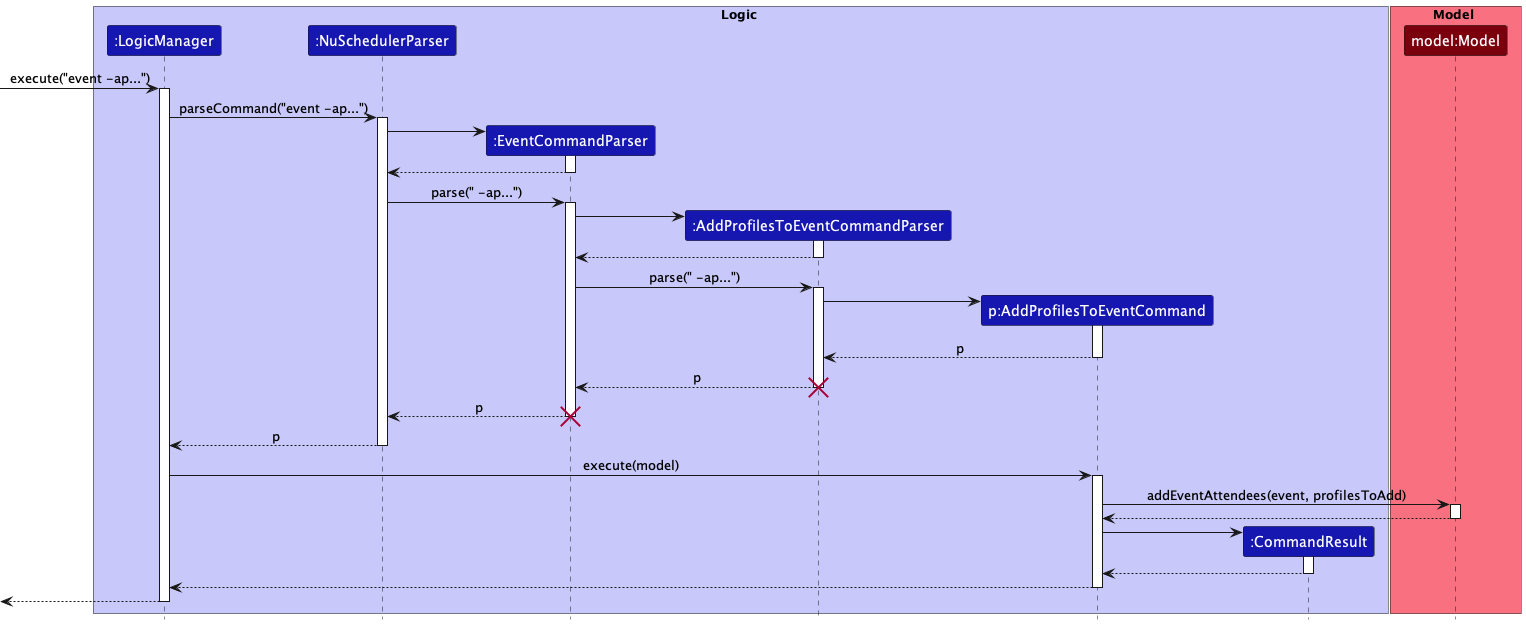
Before: docs/images/AddAttendeesSequenceDiagram.png, a diagram exported from PlantUML (nus-cs2103-AY2223S1/tp).
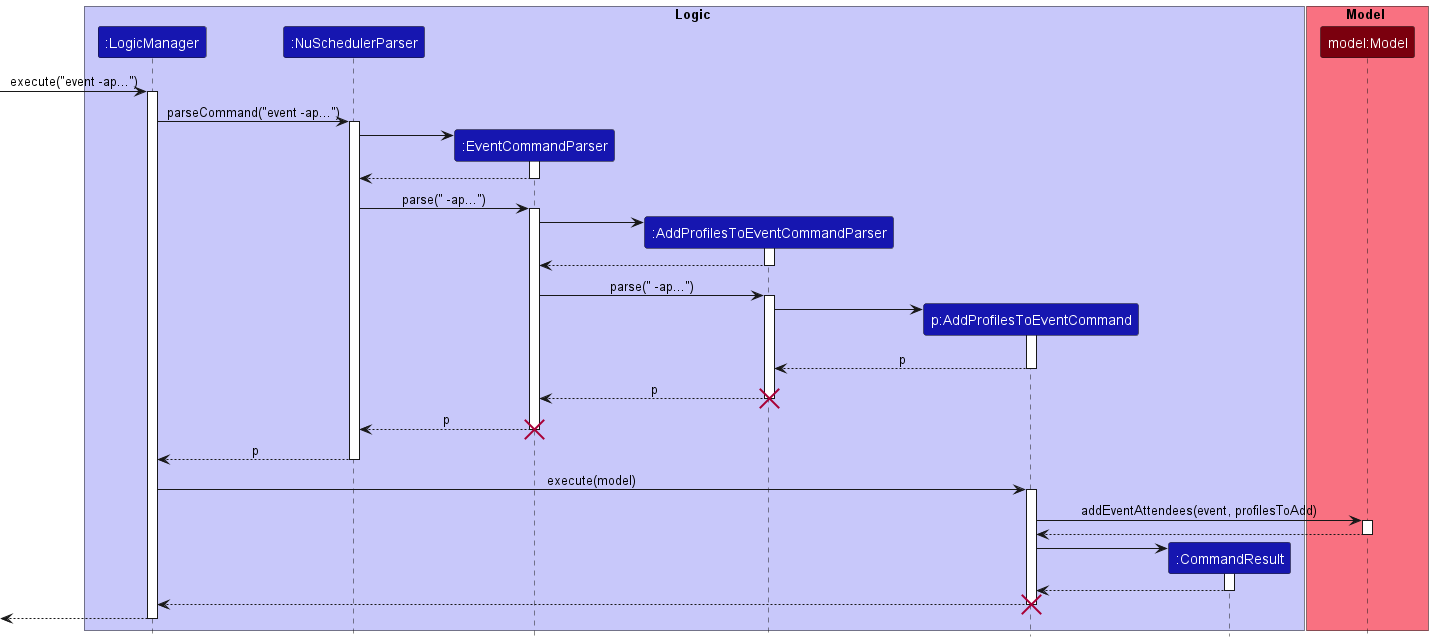
The same diagram one commit later.

The edit, as a diff of the source:
```diff
@@ -44,6 +44,7 @@
 AddProfilesToEventCommand -> commandResult++
 return
 return
+destroy AddProfilesToEventCommand
 return
 
 @enduml
```
